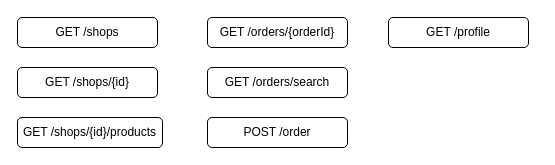
miraelno/delivery-app-back keeps this draw.io diagram as page "API" (2 of 2) of delivery-app-diagram.drawio. Above is the earlier version. Source tidied: cells renumbered, new cells numbered last; positions are measured from the earlier drawing's top-left corner, leaving out a move shared by most shapes. Both pictures are drawn from the tidied source at 100%, with x=0, y=0 at pixel (17, 17).
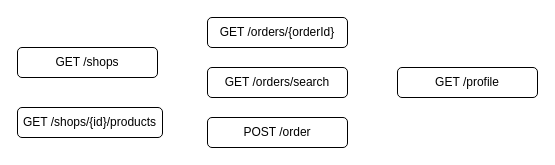
The same page after the edit.

The edit, as a diff of the source:
```diff
@@
 <mxGraphModel>
   <root>
     <mxCell id="0" />
     <mxCell id="1" parent="0" />
     <mxCell id="2" value="GET /shops" style="rounded=1;whiteSpace=wrap;html=1;" parent="1" vertex="1">
-      <mxGeometry width="140" height="30" as="geometry" />
+      <mxGeometry y="30" width="140" height="30" as="geometry" />
     </mxCell>
     <mxCell id="3" value="GET /shops/{id}/products" style="rounded=1;whiteSpace=wrap;html=1;" parent="1" vertex="1">
-      <mxGeometry y="100" width="145" height="30" as="geometry" />
+      <mxGeometry y="90" width="145" height="30" as="geometry" />
     </mxCell>
     <mxCell id="4" value="GET /orders/search" style="rounded=1;whiteSpace=wrap;html=1;" parent="1" vertex="1">
       <mxGeometry x="190" y="50" width="140" height="30" as="geometry" />
     </mxCell>
     <mxCell id="5" value="POST /order" style="rounded=1;whiteSpace=wrap;html=1;" parent="1" vertex="1">
       <mxGeometry x="190" y="100" width="140" height="30" as="geometry" />
     </mxCell>
-    <mxCell id="6" value="GET /shops/{id}" style="rounded=1;whiteSpace=wrap;html=1;" parent="1" vertex="1">
-      <mxGeometry y="50" width="140" height="30" as="geometry" />
-    </mxCell>
     <mxCell id="7" value="GET /orders/{orderId}" style="rounded=1;whiteSpace=wrap;html=1;" parent="1" vertex="1">
       <mxGeometry x="190" width="140" height="30" as="geometry" />
     </mxCell>
     <mxCell id="8" value="GET /profile" style="rounded=1;whiteSpace=wrap;html=1;" parent="1" vertex="1">
-      <mxGeometry x="371" width="140" height="30" as="geometry" />
+      <mxGeometry x="380" y="50" width="140" height="30" as="geometry" />
     </mxCell>
   </root>
 </mxGraphModel>
```
